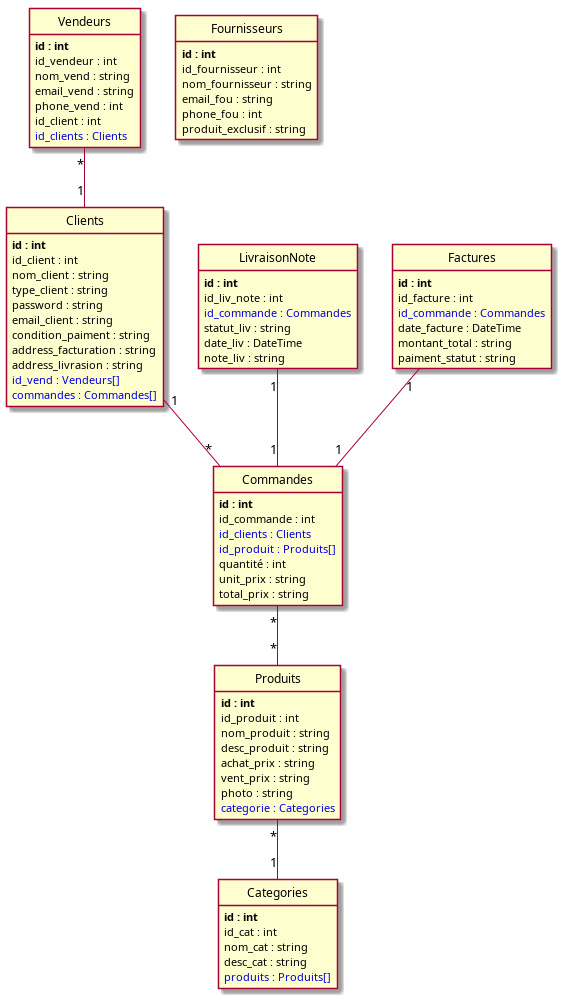
Earlier version of the PlantUML export puml/index.png (NasiraNaiby/sf_green_village_v2). Its source is kept beside it as puml/index.puml.
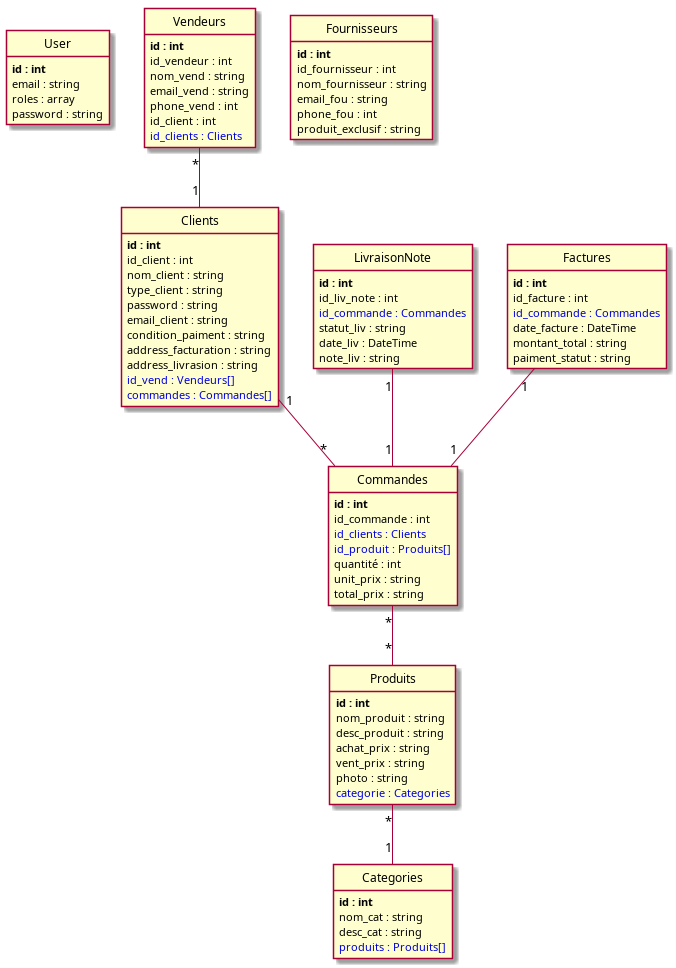
After the change.

The edit, as a diff of the source:
```diff
@@ -1,4 +1,11 @@
 @startuml
+class User {
+	**id : int**
+	email : string
+	roles : array
+	password : string
+}
+
 class Vendeurs {
 	**id : int**
 	id_vendeur : int
@@ -11,7 +18,6 @@
 
 class Produits {
 	**id : int**
-	id_produit : int
 	nom_produit : string
 	desc_produit : string
 	achat_prix : string
@@ -63,7 +69,6 @@
 
 class Categories {
 	**id : int**
-	id_cat : int
 	nom_cat : string
 	desc_cat : string
 	<color:#0000dd>produits : Produits[]</color>
```
